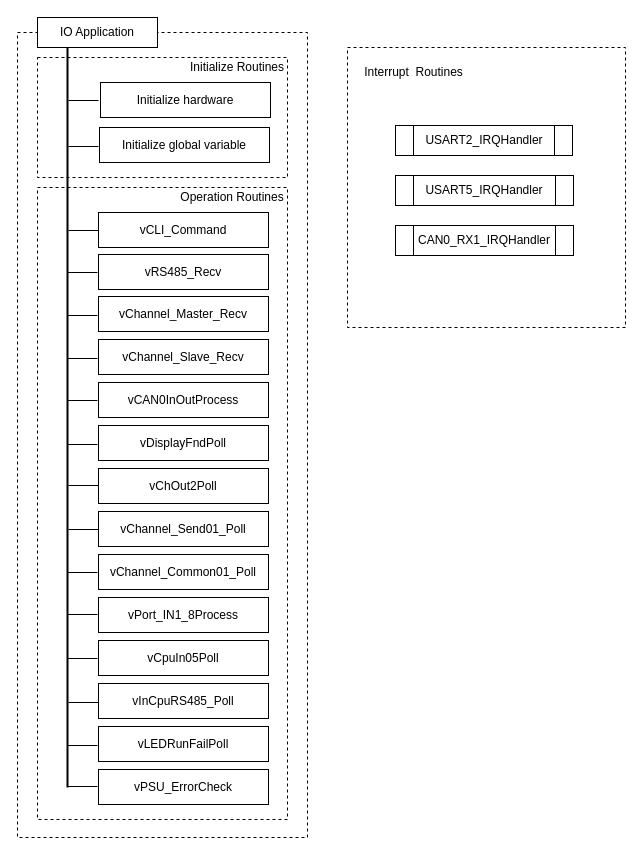
Earlier version of the draw.io diagram page "IO - INPUT 소프트웨어 계층구조" (4 of 9) of EABS/Document_Pack/Design/INPUT/eabs_input_block_diagram.drawio (chillin2/MyDraw.io). Source tidied: cells renumbered, new cells numbered last; positions are measured from the earlier drawing's top-left corner, leaving out a move shared by most shapes. Both pictures are drawn from the tidied source at 100%, with x=0, y=0 at pixel (17, 17).
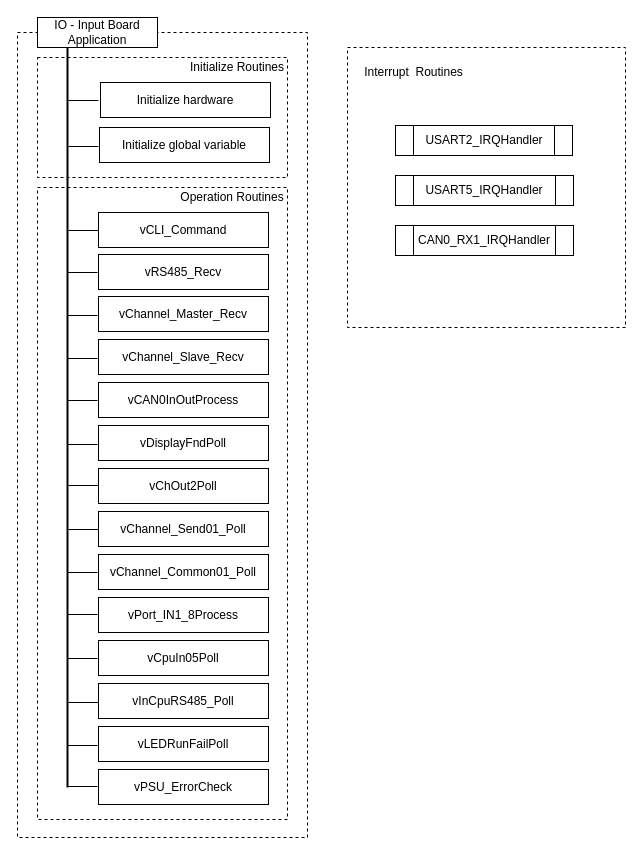
The same diagram, later.

The edit, as a diff of the source:
```diff
@@
-    <mxCell id="26" value="IO Application" style="rounded=0;whiteSpace=wrap;html=1;" parent="1" vertex="1">
+    <mxCell id="26" value="IO - Input Board Application" style="rounded=0;whiteSpace=wrap;html=1;" parent="1" vertex="1">
       <mxGeometry x="20" width="120" height="30" as="geometry" />
     </mxCell>
```
